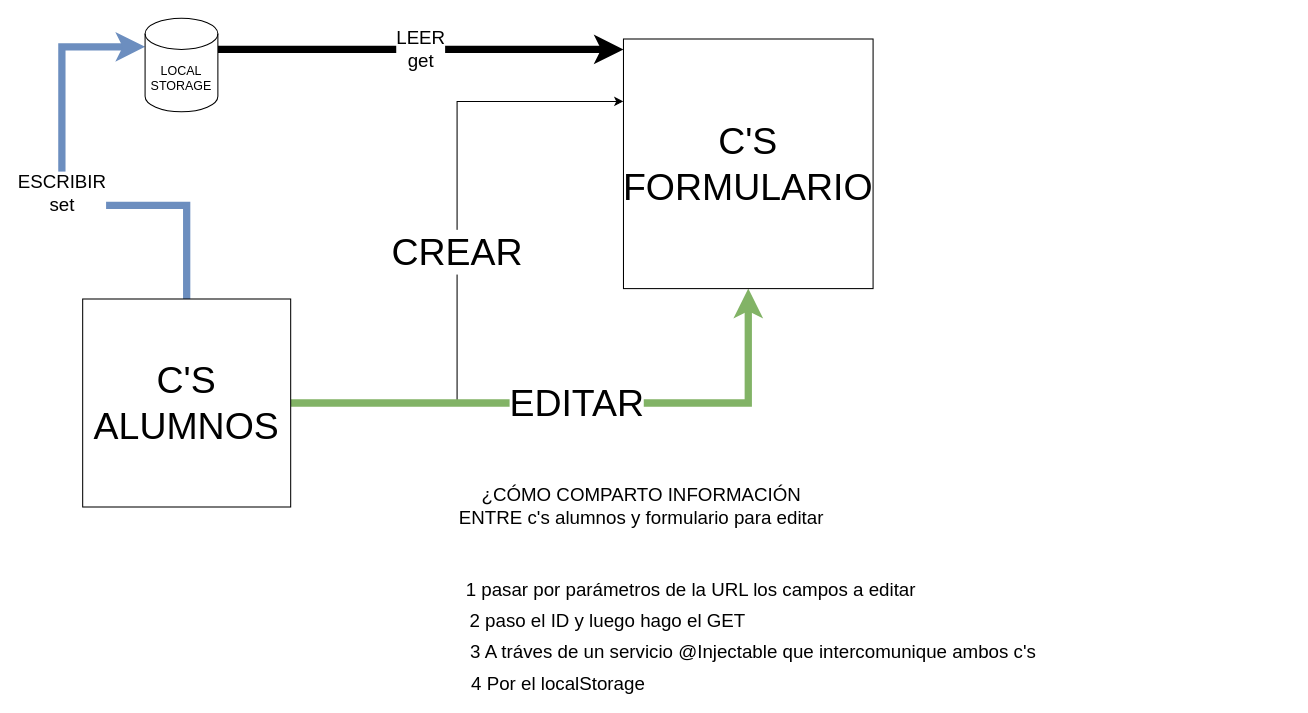
Earlier version of the draw.io diagram docu/esque edicion put local storage.drawio (Valexx55/AngularPani). Source tidied: cells renumbered, new cells numbered last; positions are measured from the earlier drawing's top-left corner, leaving out a move shared by most shapes. Both pictures are drawn from the tidied source at 104%, with x=0, y=0 at pixel (82, 18).
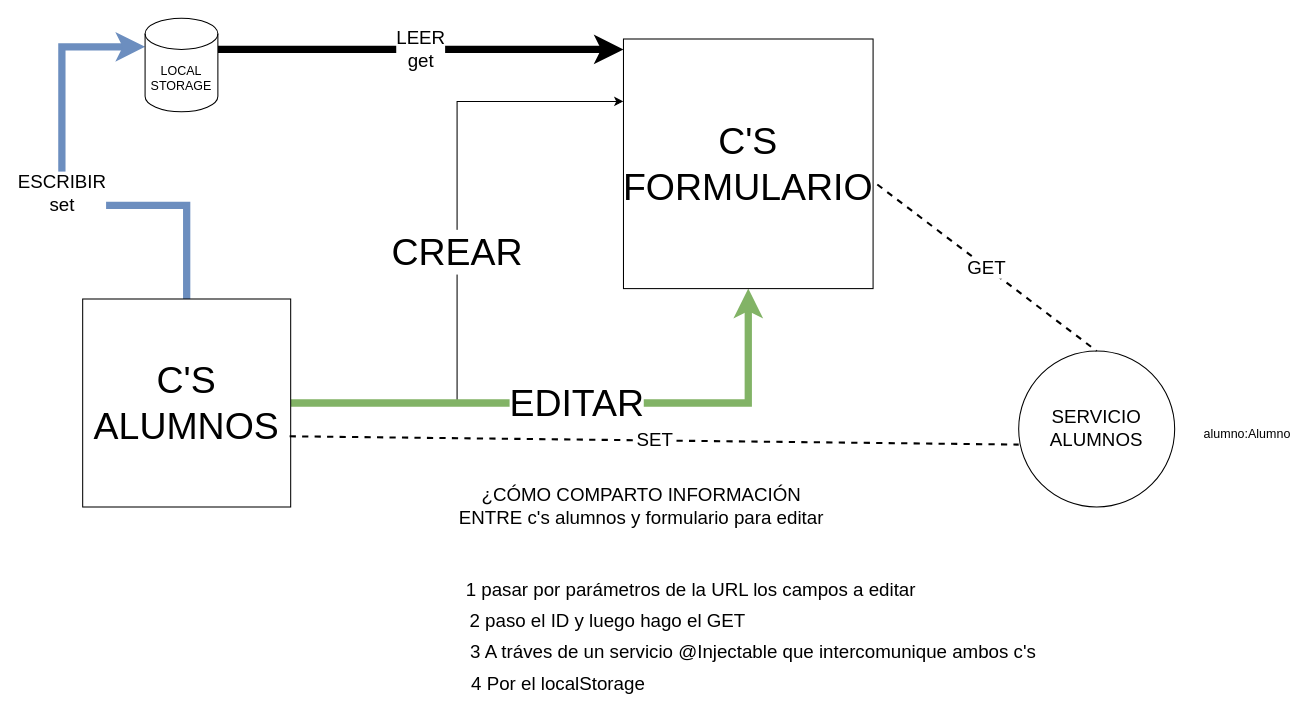
The same page after the edit.

The change refers to these unchanged cells:
```xml
<mxCell id="5" value="&lt;font style=&quot;font-size: 36px&quot;&gt;C'S&lt;br&gt;ALUMNOS&lt;/font&gt;" style="whiteSpace=wrap;html=1;" parent="1" vertex="1">
  <mxGeometry y="270" width="200" height="200" as="geometry" />
</mxCell>
<mxCell id="6" value="&lt;font style=&quot;font-size: 36px&quot;&gt;C'S&lt;br&gt;FORMULARIO&lt;/font&gt;" style="whiteSpace=wrap;html=1;" parent="1" vertex="1">
  <mxGeometry x="520" y="20" width="240" height="240" as="geometry" />
</mxCell>
```

The edit, as a diff of the source:
```diff
@@
+    <mxCell id="14" value="&lt;font style=&quot;font-size: 18px&quot;&gt;SERVICIO ALUMNOS&lt;/font&gt;" style="ellipse;whiteSpace=wrap;html=1;" parent="1" vertex="1">
+      <mxGeometry x="900" y="320" width="150" height="150" as="geometry" />
+    </mxCell>
+    <mxCell id="15" value="&lt;font style=&quot;font-size: 18px&quot;&gt;GET&lt;/font&gt;" style="endArrow=none;dashed=1;html=1;strokeWidth=2;entryX=0.5;entryY=0;entryDx=0;entryDy=0;exitX=1.017;exitY=0.583;exitDx=0;exitDy=0;exitPerimeter=0;" parent="1" edge="1" source="6" target="14">
+      <mxGeometry relative="1" as="geometry" />
+    </mxCell>
+    <mxCell id="16" value="&lt;font style=&quot;font-size: 18px&quot;&gt;SET&lt;/font&gt;" style="endArrow=none;dashed=1;html=1;strokeWidth=2;exitX=0.995;exitY=0.66;exitDx=0;exitDy=0;exitPerimeter=0;" parent="1" edge="1" source="5">
+      <mxGeometry relative="1" as="geometry">
+        <mxPoint x="900" y="410" as="targetPoint" />
+      </mxGeometry>
+    </mxCell>
+    <mxCell id="17" value="alumno:Alumno" style="text;html=1;strokeColor=none;fillColor=none;align=center;verticalAlign=middle;whiteSpace=wrap;rounded=0;" parent="1" vertex="1">
+      <mxGeometry x="1100" y="390" width="40" height="20" as="geometry" />
+    </mxCell>
```
